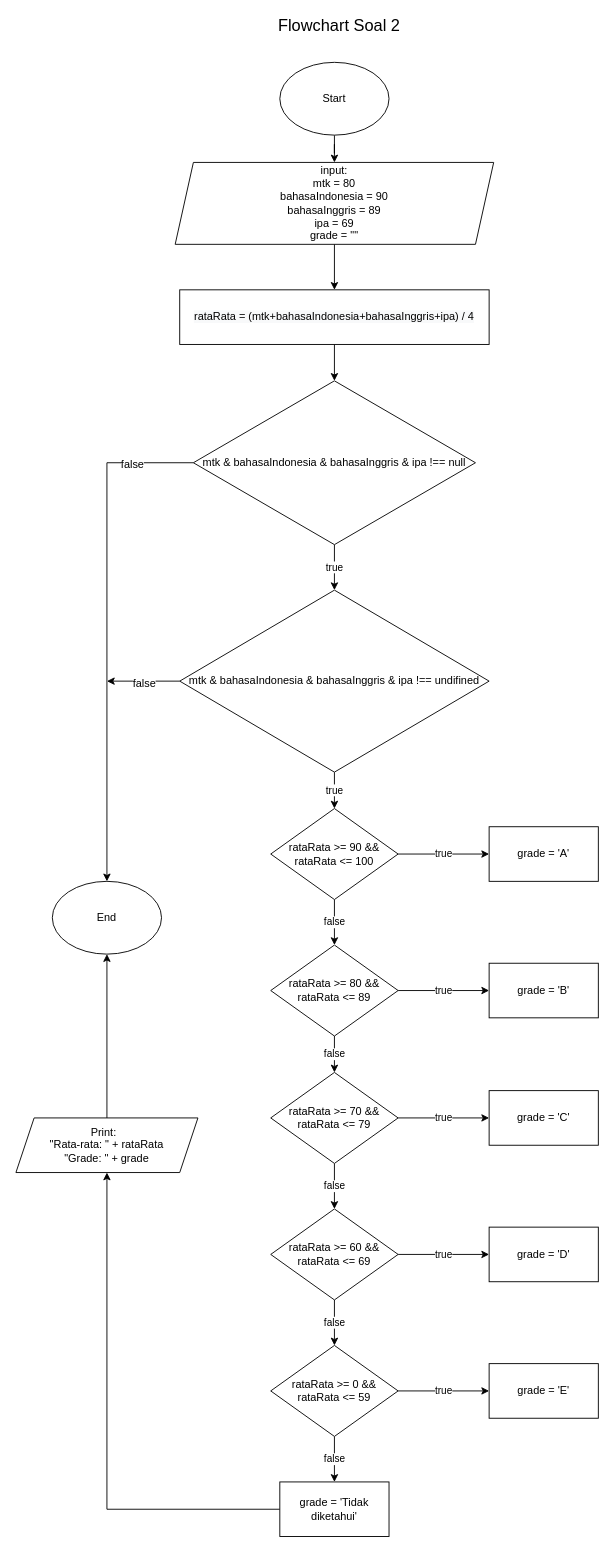
Before: soal2NilaiUN.drawio in rintosaputro/fw5-additional-flowchart, a draw.io diagram. Source tidied: cells renumbered, new cells numbered last; positions are measured from the earlier drawing's top-left corner, leaving out a move shared by most shapes. Both pictures are drawn from the tidied source at 91%, with x=0, y=0 at pixel (15, 16).
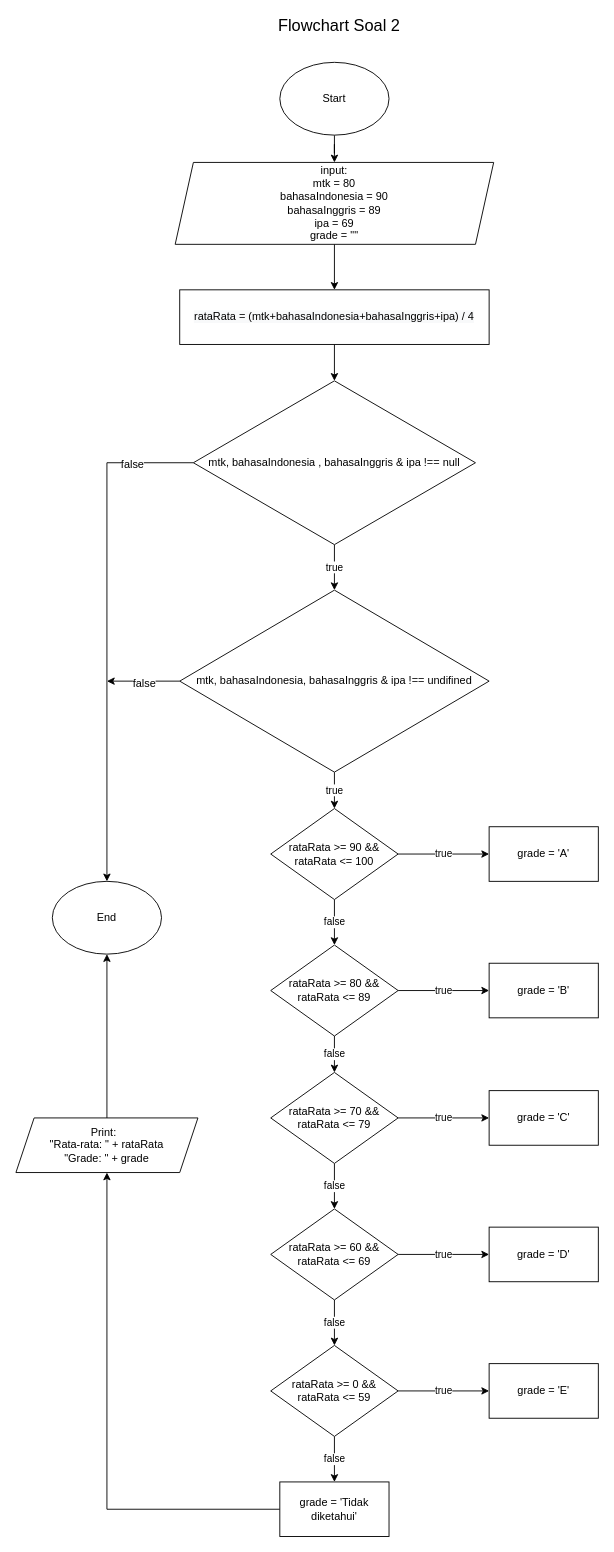
The same page after the edit.

Commit message:
perbaikan flowchart

The edit, as a diff of the source:
```diff
@@
-    <mxCell id="9" value="mtk &amp;amp; bahasaIndonesia &amp;amp; bahasaInggris &amp;amp; ipa !== null" style="rhombus;whiteSpace=wrap;html=1;" parent="1" vertex="1">
+    <mxCell id="9" value="mtk, bahasaIndonesia , bahasaInggris &amp;amp; ipa !== null" style="rhombus;whiteSpace=wrap;html=1;" parent="1" vertex="1">
       <mxGeometry x="195" y="400" width="310" height="180" as="geometry" />
     </mxCell>
@@
-    <mxCell id="12" value="mtk &amp;amp; bahasaIndonesia &amp;amp; bahasaInggris &amp;amp; ipa !== undifined" style="rhombus;whiteSpace=wrap;html=1;" parent="1" vertex="1">
+    <mxCell id="12" value="mtk, bahasaIndonesia, bahasaInggris &amp;amp; ipa !== undifined" style="rhombus;whiteSpace=wrap;html=1;" parent="1" vertex="1">
       <mxGeometry x="180" y="630" width="340" height="200" as="geometry" />
     </mxCell>
```
